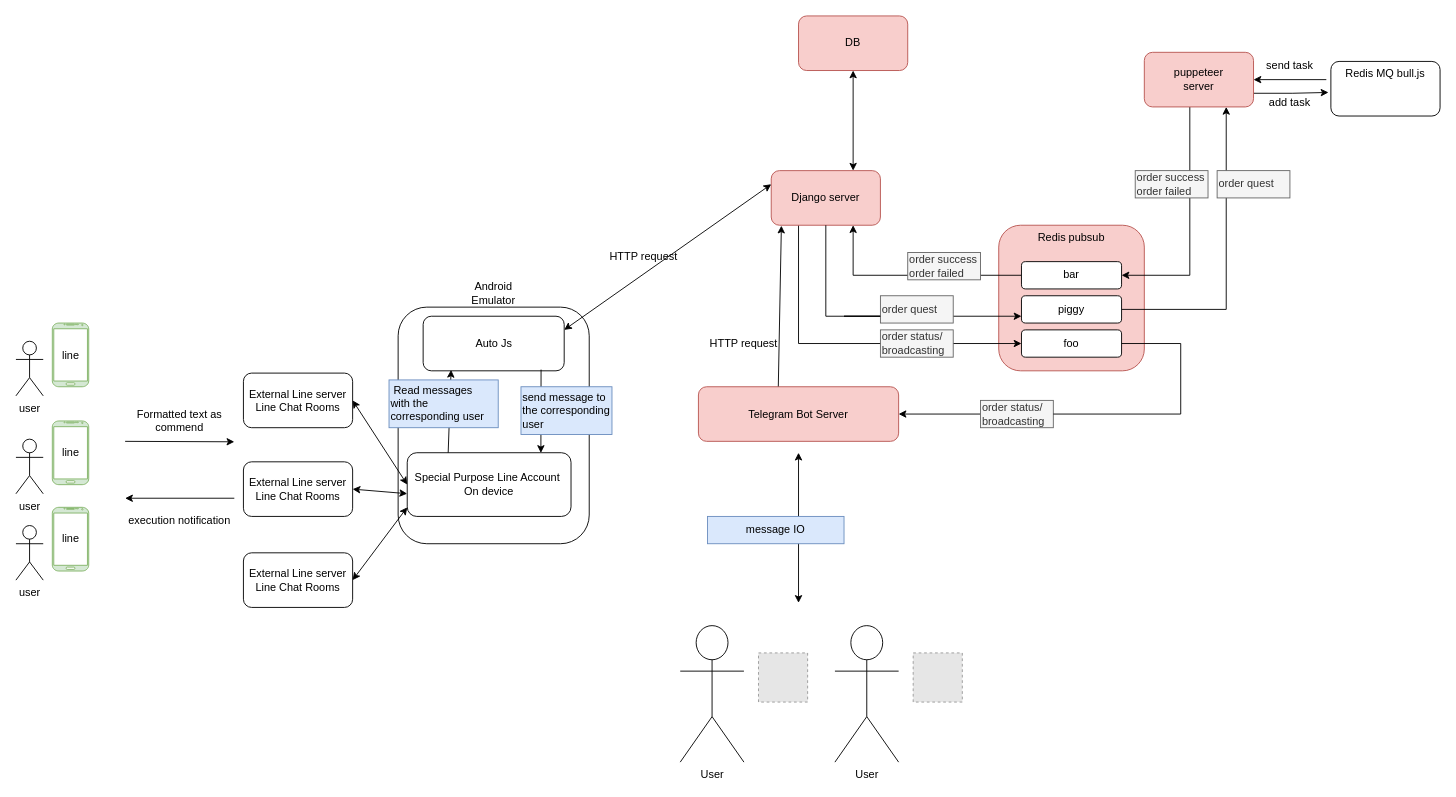
Earlier version of the draw.io diagram LineBot.drawio (benntuecon/Line-Autojs). Source tidied: cells renumbered, new cells numbered last; positions are measured from the earlier drawing's top-left corner, leaving out a move shared by most shapes. Both pictures are drawn from the tidied source at 91%, with x=0, y=0 at pixel (15, 15). Pictures stored in the file or linked from it are replaced by grey dashed boxes.
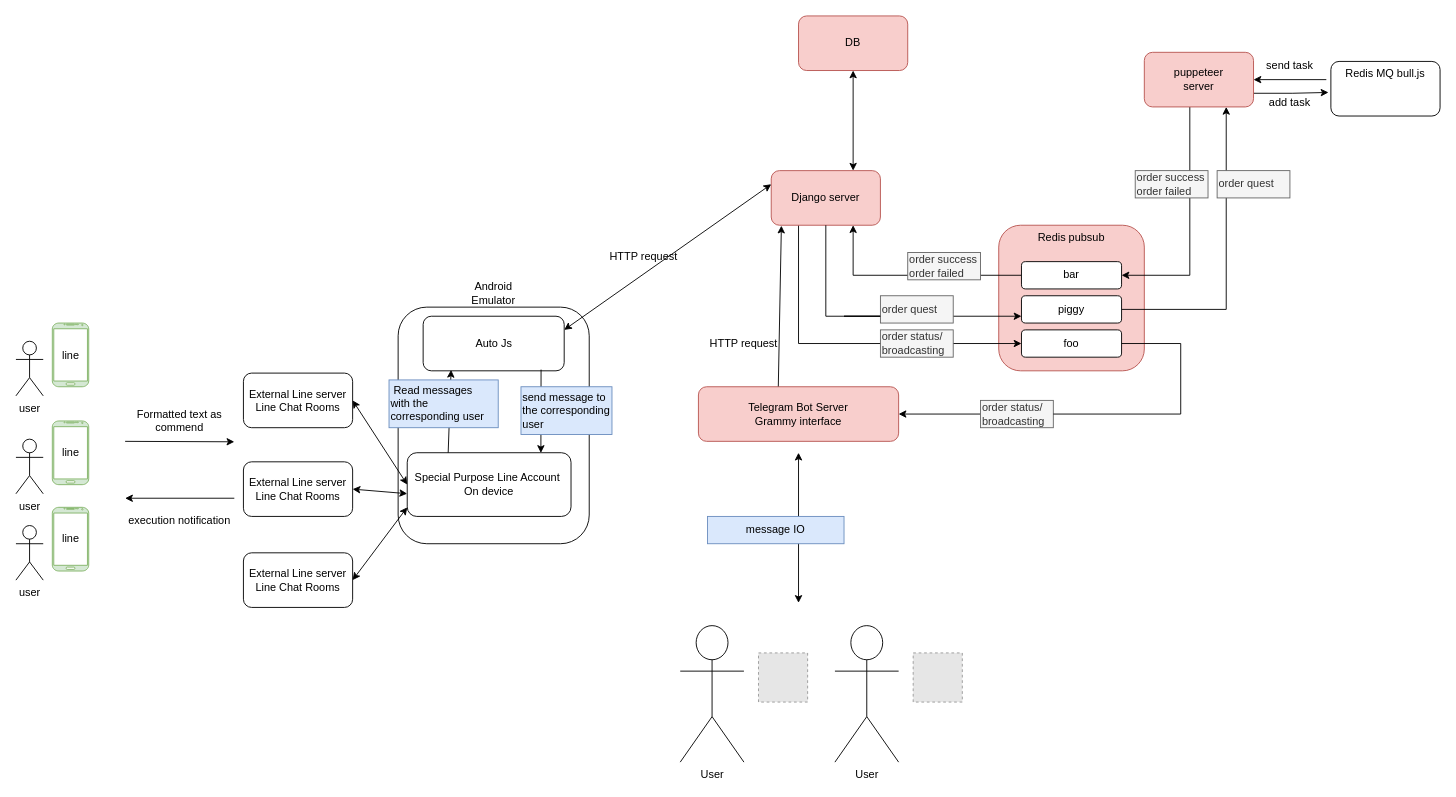
Above is the later version.

Change to the diagram source:
```diff
@@
-    <mxCell id="12" value="Telegram Bot Server" style="rounded=1;whiteSpace=wrap;html=1;fillColor=#f8cecc;strokeColor=#b85450;" parent="1" vertex="1">
+    <mxCell id="12" value="Telegram Bot Server&lt;br&gt;Grammy interface" style="rounded=1;whiteSpace=wrap;html=1;fillColor=#f8cecc;strokeColor=#b85450;" parent="1" vertex="1">
       <mxGeometry x="750" y="407.5" width="220" height="60" as="geometry" />
     </mxCell>
```
